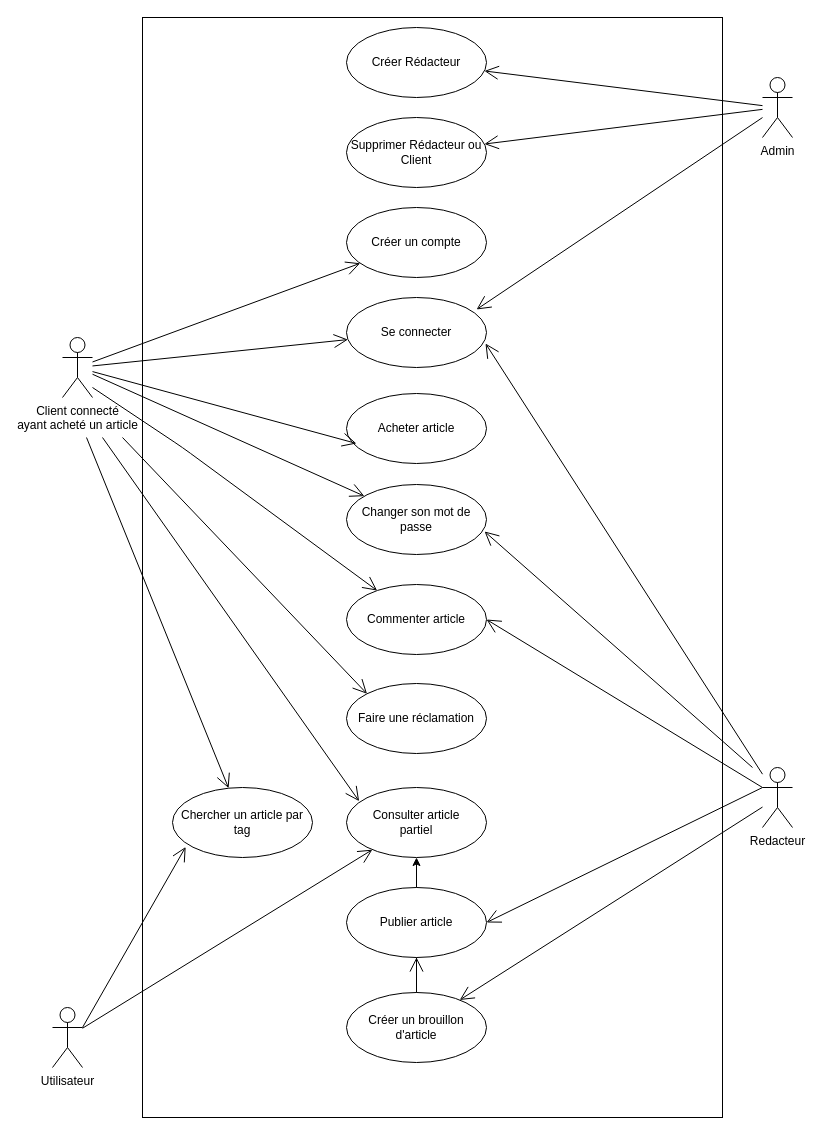
Wathil/POECNews keeps this draw.io diagram as diagrams/Cas d utilisation.drawio. Above is the earlier version. Source tidied: cells renumbered, new cells numbered last; positions are measured from the earlier drawing's top-left corner, leaving out a move shared by most shapes. Both pictures are drawn from the tidied source at 100%, with x=0, y=0 at pixel (52, 17).
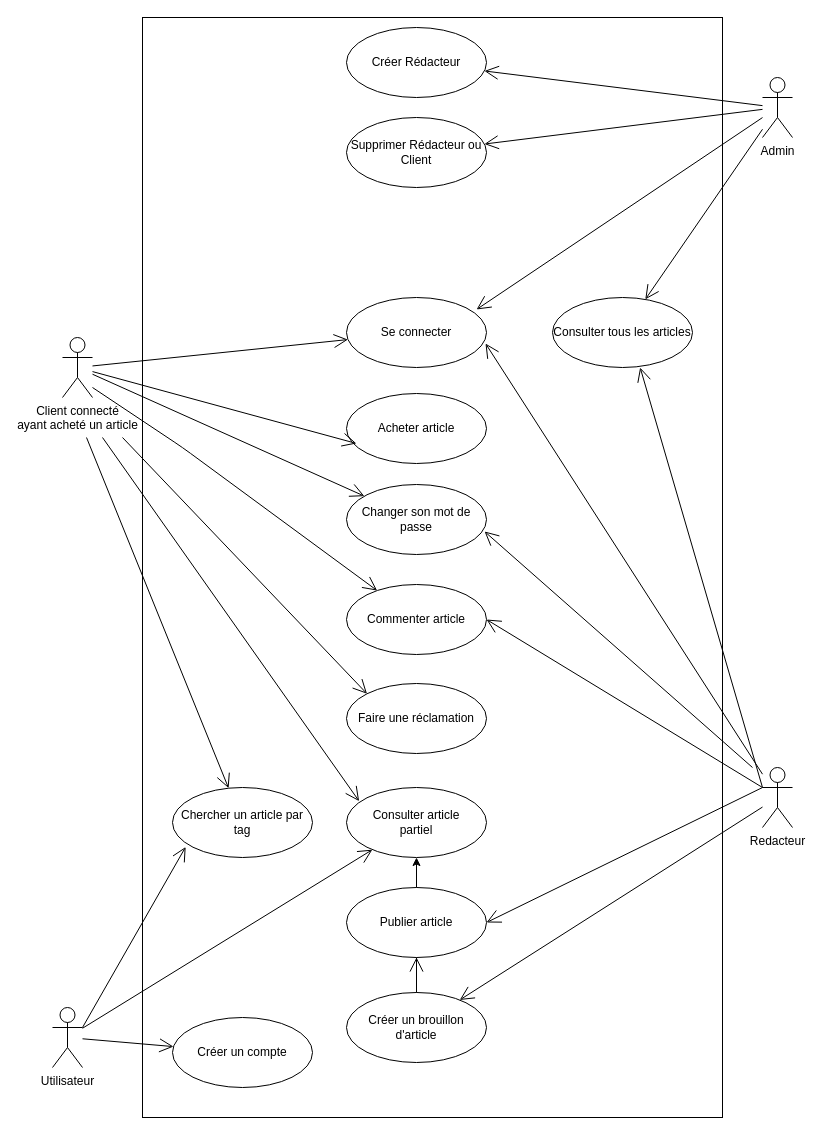
After the change.

Unchanged cells that the change refers to:
```xml
<mxCell id="3" value="Utilisateur" style="shape=umlActor;verticalLabelPosition=bottom;verticalAlign=top;html=1;outlineConnect=0;" parent="1" vertex="1">
  <mxGeometry y="990" width="30" height="60" as="geometry" />
</mxCell>
<mxCell id="4" value="Admin" style="shape=umlActor;verticalLabelPosition=bottom;verticalAlign=top;html=1;outlineConnect=0;" parent="1" vertex="1">
  <mxGeometry x="710" y="60" width="30" height="60" as="geometry" />
</mxCell>
<mxCell id="5" value="Redacteur" style="shape=umlActor;verticalLabelPosition=bottom;verticalAlign=top;html=1;outlineConnect=0;" parent="1" vertex="1">
  <mxGeometry x="710" y="750" width="30" height="60" as="geometry" />
</mxCell>
<mxCell id="6" value="Client connecté &lt;br&gt;ayant acheté un article" style="shape=umlActor;verticalLabelPosition=bottom;verticalAlign=top;html=1;outlineConnect=0;" parent="1" vertex="1">
  <mxGeometry x="10" y="320" width="30" height="60" as="geometry" />
</mxCell>
```

The edit, as a diff of the source:
```diff
@@
     <mxCell id="34" value="Créer un compte" style="ellipse;whiteSpace=wrap;html=1;" parent="1" vertex="1">
-      <mxGeometry x="294" y="190" width="140" height="70" as="geometry" />
+      <mxGeometry x="120" y="1000" width="140" height="70" as="geometry" />
     </mxCell>
-    <mxCell id="35" style="endArrow=open;endFill=1;endSize=12;html=1;" parent="1" edge="1" source="6" target="34">
+    <mxCell id="35" style="endArrow=open;endFill=1;endSize=12;html=1;" parent="1" edge="1" source="3" target="34">
       <mxGeometry relative="1" as="geometry" />
     </mxCell>
@@
+    <mxCell id="39" value="Consulter tous les articles" style="ellipse;whiteSpace=wrap;html=1;" parent="1" vertex="1">
+      <mxGeometry x="500" y="280" width="140" height="70" as="geometry" />
+    </mxCell>
+    <mxCell id="40" style="endArrow=open;endFill=1;endSize=12;html=1;" parent="1" edge="1" source="4" target="39">
+      <mxGeometry relative="1" as="geometry" />
+    </mxCell>
+    <mxCell id="41" style="endArrow=open;endFill=1;endSize=12;html=1;entryX=0.626;entryY=1;entryDx=0;entryDy=0;exitX=0;exitY=0.3333333333333333;exitDx=0;exitDy=0;exitPerimeter=0;entryPerimeter=0;" parent="1" edge="1" source="5" target="39">
+      <mxGeometry relative="1" as="geometry" />
+    </mxCell>
```
